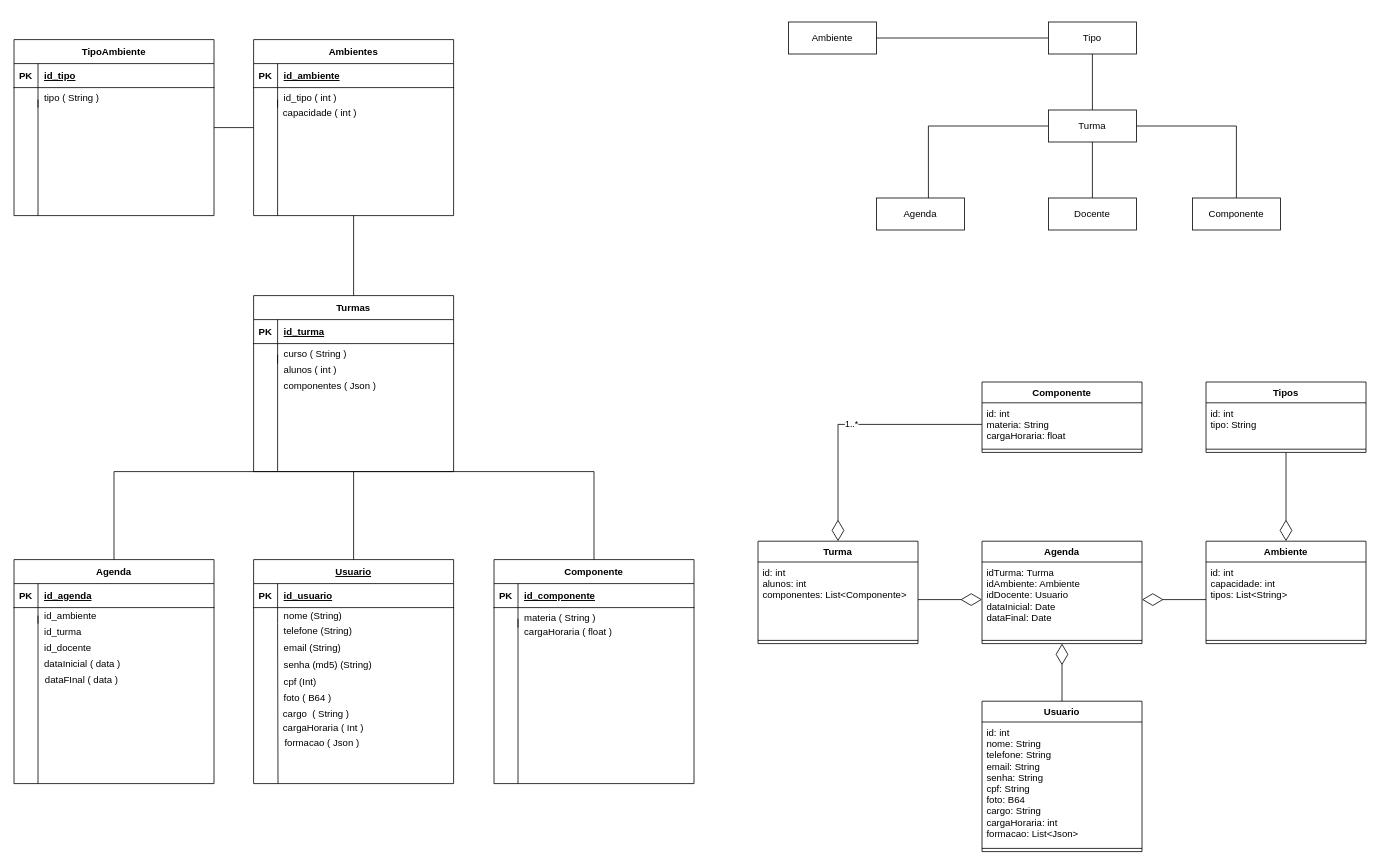
The draw.io diagram Documentação/DER.drawio in daniloafalcirolli/Master, before the edit. Source tidied: cells renumbered, new cells numbered last; positions are measured from the earlier drawing's top-left corner, leaving out a move shared by most shapes. Both pictures are drawn from the tidied source at 80%, with x=0, y=0 at pixel (14, 22).
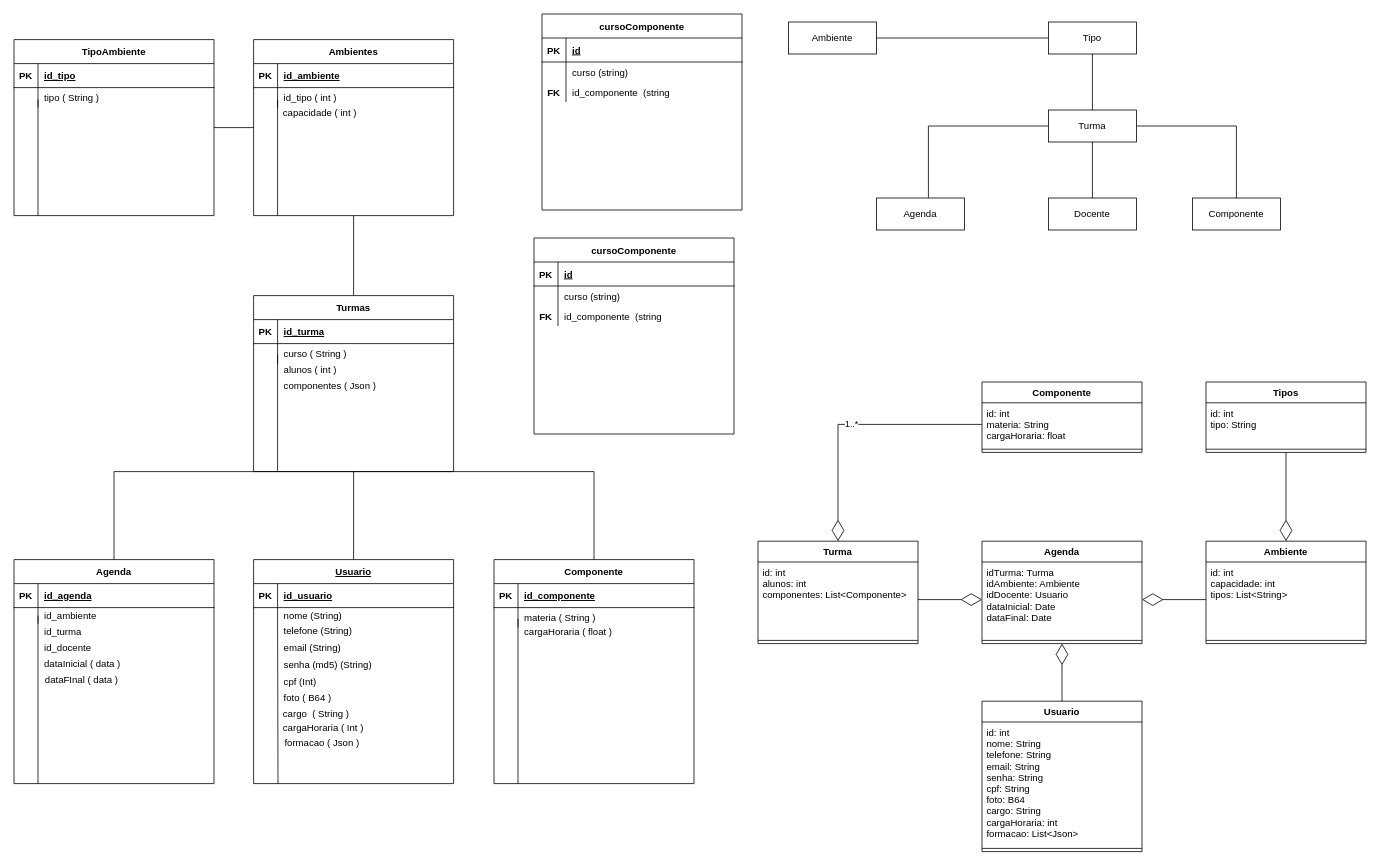
After the change.

Commit message (it also covers changes not shown here):
ADICIONADO AS CLASES, ALUNO, CURSO E CURSOCOMPMENTE, FALA O RELACIONAMENTO ENTRE ELAS

The edit, as a diff of the source:
```diff
@@
+    <mxCell id="106" value="cursoComponente" style="shape=table;startSize=30;childLayout=tableLayout;rowLines=0;fontStyle=1;align=center;" parent="1" vertex="1">
+      <mxGeometry x="660" y="-10" width="250" height="245" as="geometry" />
+    </mxCell>
+    <mxCell id="107" style="shape=partialRectangle;fillColor=none;top=0;left=0;right=0;bottom=1;" parent="106" vertex="1">
+      <mxGeometry y="30" width="250" height="30" as="geometry" />
+    </mxCell>
+    <mxCell id="108" value="PK" style="shape=partialRectangle;overflow=hidden;fillColor=none;top=0;left=0;bottom=0;right=0;fontStyle=1;" parent="107" vertex="1">
+      <mxGeometry width="30" height="30" as="geometry" />
+    </mxCell>
+    <mxCell id="109" value="id" style="shape=partialRectangle;overflow=hidden;fillColor=none;top=0;left=0;bottom=0;right=0;align=left;spacingLeft=6;fontStyle=5;" parent="107" vertex="1">
+      <mxGeometry x="30" width="220" height="30" as="geometry" />
+    </mxCell>
+    <mxCell id="110" style="shape=partialRectangle;fillColor=none;top=0;left=0;right=0;bottom=0;" parent="106" vertex="1">
+      <mxGeometry y="60" width="250" height="25" as="geometry" />
+    </mxCell>
+    <mxCell id="111" style="shape=partialRectangle;overflow=hidden;fillColor=none;top=0;left=0;bottom=0;right=0;" parent="110" vertex="1">
+      <mxGeometry width="30" height="25" as="geometry" />
+    </mxCell>
+    <mxCell id="112" value="curso (string)" style="shape=partialRectangle;overflow=hidden;fillColor=none;top=0;left=0;bottom=0;right=0;align=left;spacingLeft=6;" parent="110" vertex="1">
+      <mxGeometry x="30" width="220" height="25" as="geometry" />
+    </mxCell>
+    <mxCell id="113" style="shape=partialRectangle;fillColor=none;top=0;left=0;right=0;bottom=0;" parent="106" vertex="1">
+      <mxGeometry y="85" width="250" height="25" as="geometry" />
+    </mxCell>
+    <mxCell id="114" value="FK" style="shape=partialRectangle;overflow=hidden;fillColor=none;top=0;left=0;bottom=0;right=0;fontStyle=1;" parent="113" vertex="1">
+      <mxGeometry width="30" height="25" as="geometry" />
+    </mxCell>
+    <mxCell id="115" value="id_componente  (string" style="shape=partialRectangle;overflow=hidden;fillColor=none;top=0;left=0;bottom=0;right=0;align=left;spacingLeft=6;" parent="113" vertex="1">
+      <mxGeometry x="30" width="220" height="25" as="geometry" />
+    </mxCell>
+    <mxCell id="116" value="cursoComponente" style="shape=table;startSize=30;childLayout=tableLayout;rowLines=0;fontStyle=1;align=center;" parent="1" vertex="1">
+      <mxGeometry x="650" y="270" width="250" height="245" as="geometry" />
+    </mxCell>
+    <mxCell id="117" style="shape=partialRectangle;fillColor=none;top=0;left=0;right=0;bottom=1;" parent="116" vertex="1">
+      <mxGeometry y="30" width="250" height="30" as="geometry" />
+    </mxCell>
+    <mxCell id="118" value="PK" style="shape=partialRectangle;overflow=hidden;fillColor=none;top=0;left=0;bottom=0;right=0;fontStyle=1;" parent="117" vertex="1">
+      <mxGeometry width="30" height="30" as="geometry" />
+    </mxCell>
+    <mxCell id="119" value="id" style="shape=partialRectangle;overflow=hidden;fillColor=none;top=0;left=0;bottom=0;right=0;align=left;spacingLeft=6;fontStyle=5;" parent="117" vertex="1">
+      <mxGeometry x="30" width="220" height="30" as="geometry" />
+    </mxCell>
+    <mxCell id="120" style="shape=partialRectangle;fillColor=none;top=0;left=0;right=0;bottom=0;" parent="116" vertex="1">
+      <mxGeometry y="60" width="250" height="25" as="geometry" />
+    </mxCell>
+    <mxCell id="121" style="shape=partialRectangle;overflow=hidden;fillColor=none;top=0;left=0;bottom=0;right=0;" parent="120" vertex="1">
+      <mxGeometry width="30" height="25" as="geometry" />
+    </mxCell>
+    <mxCell id="122" value="curso (string)" style="shape=partialRectangle;overflow=hidden;fillColor=none;top=0;left=0;bottom=0;right=0;align=left;spacingLeft=6;" parent="120" vertex="1">
+      <mxGeometry x="30" width="220" height="25" as="geometry" />
+    </mxCell>
+    <mxCell id="123" style="shape=partialRectangle;fillColor=none;top=0;left=0;right=0;bottom=0;" parent="116" vertex="1">
+      <mxGeometry y="85" width="250" height="25" as="geometry" />
+    </mxCell>
+    <mxCell id="124" value="FK" style="shape=partialRectangle;overflow=hidden;fillColor=none;top=0;left=0;bottom=0;right=0;fontStyle=1;" parent="123" vertex="1">
+      <mxGeometry width="30" height="25" as="geometry" />
+    </mxCell>
+    <mxCell id="125" value="id_componente  (string" style="shape=partialRectangle;overflow=hidden;fillColor=none;top=0;left=0;bottom=0;right=0;align=left;spacingLeft=6;" parent="123" vertex="1">
+      <mxGeometry x="30" width="220" height="25" as="geometry" />
+    </mxCell>
```
